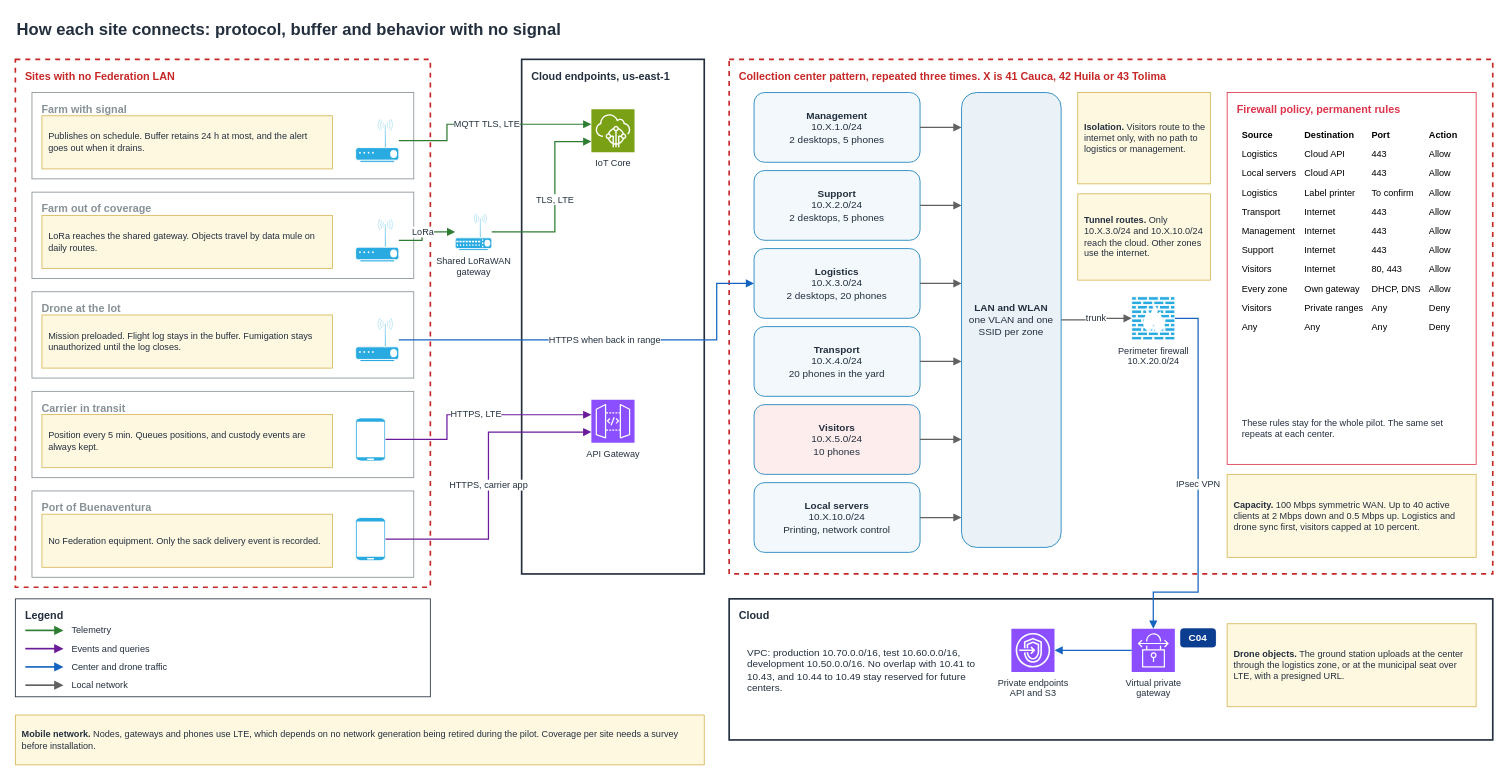
Above: page "03 Connectivity and centers" (4 of 10) of docs/architecture/diagrams/platform-architecture.drawio in aromapacifico-devops/aromapacifico-devops-docs (draw.io), before the change. Source tidied: cells renumbered, new cells numbered last; positions are measured from the earlier drawing's top-left corner, leaving out a move shared by most shapes. Both pictures are drawn from the tidied source at 83%, with x=0, y=0 at pixel (15, 14).
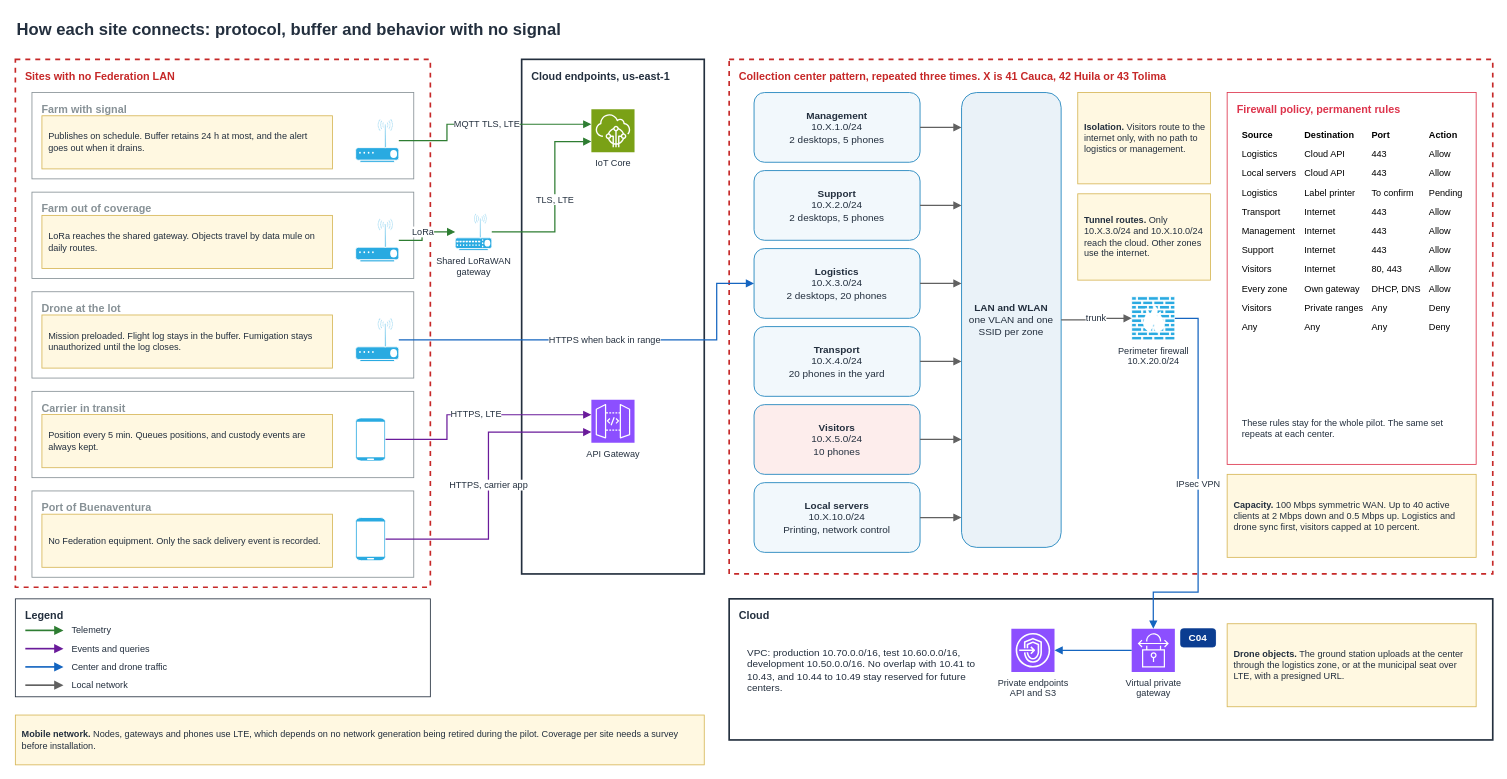
The same diagram, later.

Commit message (it also covers changes not shown here):
docs(network): keep the printing rule pending and separate VLANs from SSIDs

What changed in the source:
```diff
@@
-    <mxCell id="36" value="&lt;table style='font-size:11px' cellpadding='4'&gt;&lt;tr&gt;&lt;td&gt;&lt;b&gt;Source&lt;/b&gt;&lt;/td&gt;&lt;td&gt;&lt;b&gt;Destination&lt;/b&gt;&lt;/td&gt;&lt;td&gt;&lt;b&gt;Port&lt;/b&gt;&lt;/td&gt;&lt;td&gt;&lt;b&gt;Action&lt;/b&gt;&lt;/td&gt;&lt;/tr&gt;&lt;tr&gt;&lt;td&gt;Logistics&lt;/td&gt;&lt;td&gt;Cloud API&lt;/td&gt;&lt;td&gt;443&lt;/td&gt;&lt;td&gt;Allow&lt;/td&gt;&lt;/tr&gt;&lt;tr&gt;&lt;td&gt;Local servers&lt;/td&gt;&lt;td&gt;Cloud API&lt;/td&gt;&lt;td&gt;443&lt;/td&gt;&lt;td&gt;Allow&lt;/td&gt;&lt;/tr&gt;&lt;tr&gt;&lt;td&gt;Logistics&lt;/td&gt;&lt;td&gt;Label printer&lt;/td&gt;&lt;td&gt;To confirm&lt;/td&gt;&lt;td&gt;Allow&lt;/td&gt;&lt;/tr&gt;&lt;tr&gt;&lt;td&gt;Transport&lt;/td&gt;&lt;td&gt;Internet&lt;/td&gt;&lt;td&gt;443&lt;/td&gt;&lt;td&gt;Allow&lt;/td&gt;&lt;/tr&gt;&lt;tr&gt;&lt;td&gt;Management&lt;/td&gt;&lt;td&gt;Internet&lt;/td&gt;&lt;td&gt;443&lt;/td&gt;&lt;td&gt;Allow&lt;/td&gt;&lt;/tr&gt;&lt;tr&gt;&lt;td&gt;Support&lt;/td&gt;&lt;td&gt;Internet&lt;/td&gt;&lt;td&gt;443&lt;/td&gt;&lt;td&gt;Allow&lt;/td&gt;&lt;/tr&gt;&lt;tr&gt;&lt;td&gt;Visitors&lt;/td&gt;&lt;td&gt;Internet&lt;/td&gt;&lt;td&gt;80, 443&lt;/td&gt;&lt;td&gt;Allow&lt;/td&gt;&lt;/tr&gt;&lt;tr&gt;&lt;td&gt;Every zone&lt;/td&gt;&lt;td&gt;Own gateway&lt;/td&gt;&lt;td&gt;DHCP, DNS&lt;/td&gt;&lt;td&gt;Allow&lt;/td&gt;&lt;/tr&gt;&lt;tr&gt;&lt;td&gt;Visitors&lt;/td&gt;&lt;td&gt;Private ranges&lt;/td&gt;&lt;td&gt;Any&lt;/td&gt;&lt;td&gt;Deny&lt;/td&gt;&lt;/tr&gt;&lt;tr&gt;&lt;td&gt;Any&lt;/td&gt;&lt;td&gt;Any&lt;/td&gt;&lt;td&gt;Any&lt;/td&gt;&lt;td&gt;Deny&lt;/td&gt;&lt;/tr&gt;&lt;/table&gt;" style="text;html=1;align=left;verticalAlign=top;whiteSpace=wrap;fontSize=11;strokeColor=none;fillColor=none;" parent="1" vertex="1">
+    <mxCell id="36" value="&lt;table style='font-size:11px' cellpadding='4'&gt;&lt;tr&gt;&lt;td&gt;&lt;b&gt;Source&lt;/b&gt;&lt;/td&gt;&lt;td&gt;&lt;b&gt;Destination&lt;/b&gt;&lt;/td&gt;&lt;td&gt;&lt;b&gt;Port&lt;/b&gt;&lt;/td&gt;&lt;td&gt;&lt;b&gt;Action&lt;/b&gt;&lt;/td&gt;&lt;/tr&gt;&lt;tr&gt;&lt;td&gt;Logistics&lt;/td&gt;&lt;td&gt;Cloud API&lt;/td&gt;&lt;td&gt;443&lt;/td&gt;&lt;td&gt;Allow&lt;/td&gt;&lt;/tr&gt;&lt;tr&gt;&lt;td&gt;Local servers&lt;/td&gt;&lt;td&gt;Cloud API&lt;/td&gt;&lt;td&gt;443&lt;/td&gt;&lt;td&gt;Allow&lt;/td&gt;&lt;/tr&gt;&lt;tr&gt;&lt;td&gt;Logistics&lt;/td&gt;&lt;td&gt;Label printer&lt;/td&gt;&lt;td&gt;To confirm&lt;/td&gt;&lt;td&gt;Pending&lt;/td&gt;&lt;/tr&gt;&lt;tr&gt;&lt;td&gt;Transport&lt;/td&gt;&lt;td&gt;Internet&lt;/td&gt;&lt;td&gt;443&lt;/td&gt;&lt;td&gt;Allow&lt;/td&gt;&lt;/tr&gt;&lt;tr&gt;&lt;td&gt;Management&lt;/td&gt;&lt;td&gt;Internet&lt;/td&gt;&lt;td&gt;443&lt;/td&gt;&lt;td&gt;Allow&lt;/td&gt;&lt;/tr&gt;&lt;tr&gt;&lt;td&gt;Support&lt;/td&gt;&lt;td&gt;Internet&lt;/td&gt;&lt;td&gt;443&lt;/td&gt;&lt;td&gt;Allow&lt;/td&gt;&lt;/tr&gt;&lt;tr&gt;&lt;td&gt;Visitors&lt;/td&gt;&lt;td&gt;Internet&lt;/td&gt;&lt;td&gt;80, 443&lt;/td&gt;&lt;td&gt;Allow&lt;/td&gt;&lt;/tr&gt;&lt;tr&gt;&lt;td&gt;Every zone&lt;/td&gt;&lt;td&gt;Own gateway&lt;/td&gt;&lt;td&gt;DHCP, DNS&lt;/td&gt;&lt;td&gt;Allow&lt;/td&gt;&lt;/tr&gt;&lt;tr&gt;&lt;td&gt;Visitors&lt;/td&gt;&lt;td&gt;Private ranges&lt;/td&gt;&lt;td&gt;Any&lt;/td&gt;&lt;td&gt;Deny&lt;/td&gt;&lt;/tr&gt;&lt;tr&gt;&lt;td&gt;Any&lt;/td&gt;&lt;td&gt;Any&lt;/td&gt;&lt;td&gt;Any&lt;/td&gt;&lt;td&gt;Deny&lt;/td&gt;&lt;/tr&gt;&lt;/table&gt;" style="text;html=1;align=left;verticalAlign=top;whiteSpace=wrap;fontSize=11;strokeColor=none;fillColor=none;" parent="1" vertex="1">
       <mxGeometry x="1470" y="126" width="280" height="340" as="geometry" />
     </mxCell>
```
